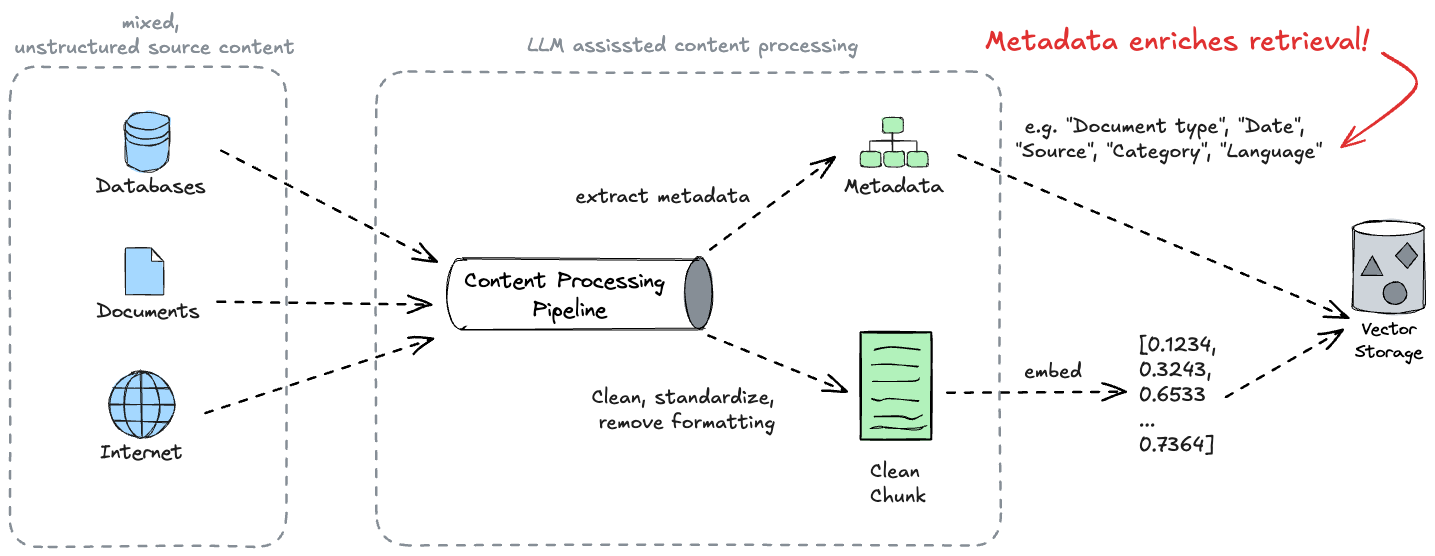
filipw/filipw.github.io keeps this Excalidraw diagram as dotnetday-zurich-2025/graphics/content-processing3.excalidraw.png. Above is the earlier version. Source tidied: one line per element, renumbered; positions are measured from the earlier drawing's top-left corner, leaving out a move shared by most shapes.
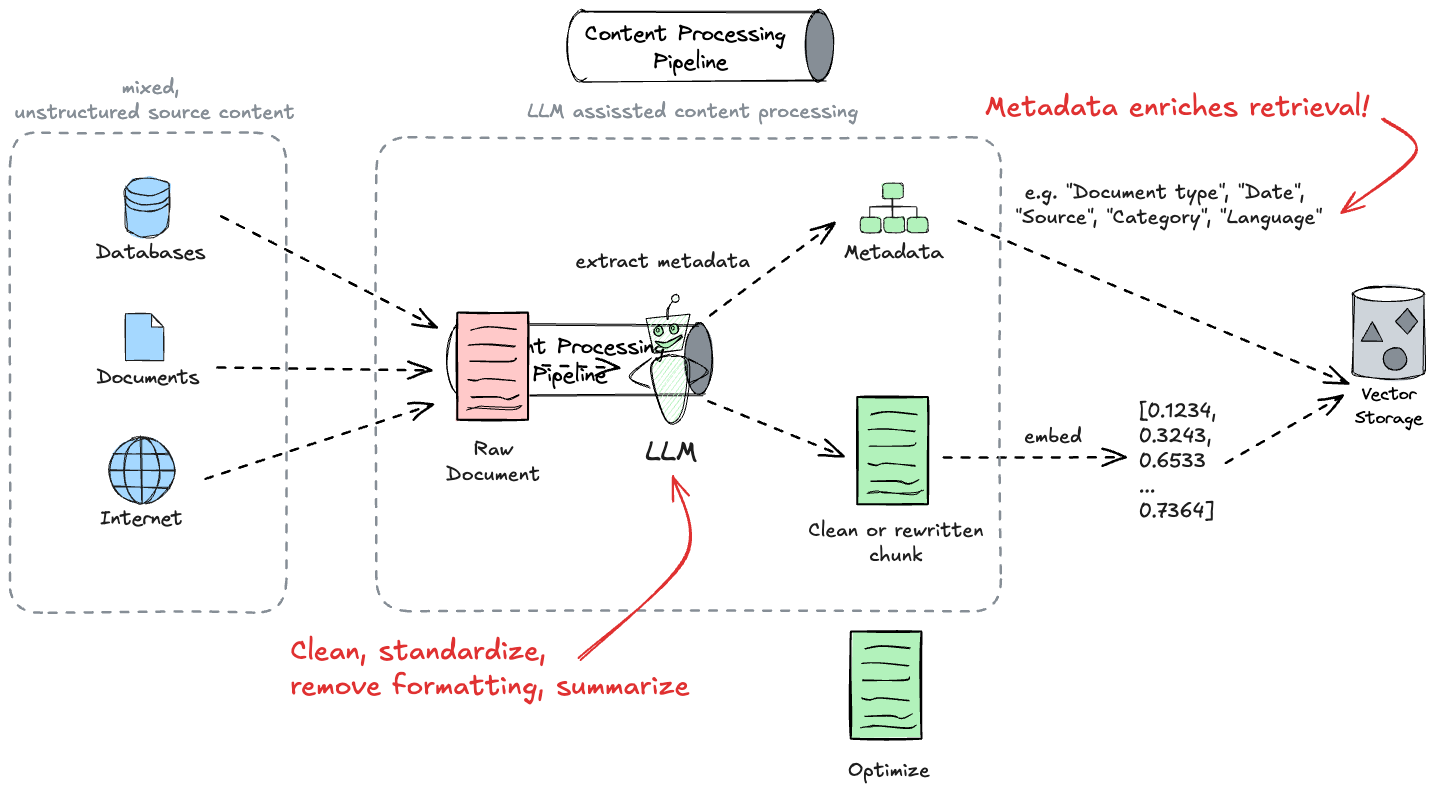
The same diagram one commit later.

What changed in the source:
```diff
@@ -23,14 +23,14 @@
 {"id": 22, "type": "line", "strokeColor": "#1e1e1e", "backgroundColor": "#b2f2bb", "fillStyle": "solid", "strokeWidth": 1, "roughness": 1, "round": true, "x": 883, "y": 123, "width": 0, "height": 19, "points": [[0, 0], [0, 19]]}
 {"id": 23, "type": "line", "strokeColor": "#1e1e1e", "backgroundColor": "#b2f2bb", "fillStyle": "solid", "strokeWidth": 1, "roughness": 1, "x": 860, "y": 142, "width": 47, "height": 11, "points": [[0, 0], [0, -11], [47, -11], [47, 1]]}
 {"id": 24, "type": "text", "text": "Metadata", "strokeColor": "#1e1e1e", "backgroundColor": "#b2f2bb", "fillStyle": "solid", "strokeWidth": 1, "roughness": 1, "fontSize": 20, "fontFamily": 1, "textAlign": "center", "x": 834, "y": 164, "width": 100, "height": 25}
-{"id": 25, "type": "rectangle", "strokeColor": "#000000", "backgroundColor": "#b2f2bb", "fillStyle": "solid", "strokeWidth": 2, "roughness": 1, "x": 851, "y": 322, "width": 71, "height": 107}
+{"id": 25, "type": "rectangle", "strokeColor": "#000000", "backgroundColor": "#b2f2bb", "fillStyle": "solid", "strokeWidth": 2, "roughness": 1, "x": 847, "y": 321, "width": 71, "height": 107}
-{"id": 26, "type": "line", "strokeColor": "#000000", "backgroundColor": "#b2f2bb", "fillStyle": "solid", "strokeWidth": 1, "roughness": 1, "round": true, "x": 863, "y": 371, "width": 47, "height": 3, "points": [[0, 0], [40, 0], [47, -3]]}
+{"id": 26, "type": "line", "strokeColor": "#000000", "backgroundColor": "#b2f2bb", "fillStyle": "solid", "strokeWidth": 1, "roughness": 1, "round": true, "x": 859, "y": 370, "width": 47, "height": 3, "points": [[0, 0], [40, 0], [47, -3]]}
-{"id": 27, "type": "line", "strokeColor": "#000000", "backgroundColor": "#b2f2bb", "fillStyle": "solid", "strokeWidth": 1, "roughness": 1, "round": true, "x": 864, "y": 340, "width": 46, "height": 3, "points": [[0, 0], [17, -3], [46, 0]]}
+{"id": 27, "type": "line", "strokeColor": "#000000", "backgroundColor": "#b2f2bb", "fillStyle": "solid", "strokeWidth": 1, "roughness": 1, "round": true, "x": 861, "y": 339, "width": 46, "height": 3, "points": [[0, 0], [17, -3], [46, 0]]}
-{"id": 28, "type": "line", "strokeColor": "#000000", "backgroundColor": "#b2f2bb", "fillStyle": "solid", "strokeWidth": 1, "roughness": 1, "round": true, "x": 864, "y": 407, "width": 48, "height": 4, "points": [[0, 0], [26, 0], [38, 2], [48, -2]]}
+{"id": 28, "type": "line", "strokeColor": "#000000", "backgroundColor": "#b2f2bb", "fillStyle": "solid", "strokeWidth": 1, "roughness": 1, "round": true, "x": 861, "y": 406, "width": 48, "height": 4, "points": [[0, 0], [26, 0], [38, 2], [48, -2]]}
-{"id": 29, "type": "line", "strokeColor": "#000000", "backgroundColor": "#b2f2bb", "fillStyle": "solid", "strokeWidth": 1, "roughness": 1, "round": true, "x": 861, "y": 418, "width": 54, "height": 3, "points": [[0, 0], [10, -1], [16, -1], [46, 1], [54, -2]]}
+{"id": 29, "type": "line", "strokeColor": "#000000", "backgroundColor": "#b2f2bb", "fillStyle": "solid", "strokeWidth": 1, "roughness": 1, "round": true, "x": 858, "y": 417, "width": 54, "height": 3, "points": [[0, 0], [10, -1], [16, -1], [46, 1], [54, -2]]}
-{"id": 30, "type": "line", "strokeColor": "#000000", "backgroundColor": "#b2f2bb", "fillStyle": "solid", "strokeWidth": 1, "roughness": 1, "round": true, "x": 861, "y": 355, "width": 47, "height": 2, "points": [[0, 0], [18, -1], [47, 2]]}
+{"id": 30, "type": "line", "strokeColor": "#000000", "backgroundColor": "#b2f2bb", "fillStyle": "solid", "strokeWidth": 1, "roughness": 1, "round": true, "x": 858, "y": 354, "width": 47, "height": 2, "points": [[0, 0], [18, -1], [47, 2]]}
-{"id": 31, "type": "line", "strokeColor": "#000000", "backgroundColor": "#b2f2bb", "fillStyle": "solid", "strokeWidth": 1, "roughness": 1, "round": true, "x": 862, "y": 389, "width": 47, "height": 2, "points": [[0, 0], [8, 1], [18, -1], [47, 2]]}
+{"id": 31, "type": "line", "strokeColor": "#000000", "backgroundColor": "#b2f2bb", "fillStyle": "solid", "strokeWidth": 1, "roughness": 1, "round": true, "x": 858, "y": 388, "width": 47, "height": 2, "points": [[0, 0], [8, 1], [18, -1], [47, 2]]}
-{"id": 32, "type": "text", "text": "Clean\nChunk", "strokeColor": "#1e1e1e", "backgroundColor": "#b2f2bb", "fillStyle": "solid", "strokeWidth": 2, "roughness": 1, "fontSize": 20, "fontFamily": 5, "x": 860, "y": 449, "width": 56, "height": 50}
+{"id": 32, "type": "text", "text": "Clean or rewritten\nchunk", "strokeColor": "#1e1e1e", "backgroundColor": "#b2f2bb", "fillStyle": "solid", "strokeWidth": 2, "roughness": 1, "fontSize": 20, "fontFamily": 5, "textAlign": "center", "x": 798, "y": 442, "width": 175, "height": 50}
 {"id": 33, "type": "line", "strokeColor": "#000000", "backgroundColor": "#ced4da", "fillStyle": "solid", "strokeWidth": 1, "roughness": 1, "round": true, "x": 1343, "y": 218, "width": 72, "height": 92, "points": [[0, 0], [0, 70], [0, 78], [4, 81], [17, 84], [38, 85], [59, 84], [70, 80], [71, 77], [72, 71], [71, 6], [71, 0], [66, -4], [57, -6], [35, -7], [17, -6], [3, -3], [0, 0], [0, 0]]}
 {"id": 34, "type": "ellipse", "strokeColor": "#000000", "backgroundColor": "#fff", "fillStyle": "solid", "strokeWidth": 1, "roughness": 1, "x": 1343, "y": 211, "width": 71, "height": 14}
 {"id": 35, "type": "diamond", "strokeColor": "#000000", "backgroundColor": "#868e96", "fillStyle": "solid", "strokeWidth": 1, "roughness": 1, "x": 1385, "y": 233, "width": 22, "height": 26}
@@ -38,12 +38,11 @@
 {"id": 37, "type": "line", "strokeColor": "#000000", "backgroundColor": "#868e96", "fillStyle": "solid", "strokeWidth": 1, "roughness": 1, "x": 1362, "y": 246, "width": 22, "height": 20, "points": [[0, 0], [10, 20], [-11, 19], [0, 0]]}
 {"id": 38, "type": "text", "text": "Vector\nStorage", "strokeColor": "#000000", "strokeWidth": 1, "roughness": 1, "fontSize": 17.52, "fontFamily": 1, "textAlign": "center", "x": 1345, "y": 307, "width": 68, "height": 47}
 {"id": 39, "type": "text", "text": "LLM assissted content processing", "strokeColor": "#868e96", "backgroundColor": "#b2f2bb", "fillStyle": "solid", "strokeWidth": 2, "roughness": 1, "fontSize": 20, "fontFamily": 5, "textAlign": "center", "x": 518, "y": 23, "width": 331, "height": 25}
-{"id": 40, "type": "text", "text": "Clean, standardize, \nremove formatting", "strokeColor": "#1e1e1e", "backgroundColor": "#b2f2bb", "fillStyle": "solid", "strokeWidth": 2, "roughness": 1, "fontSize": 20, "fontFamily": 5, "textAlign": "center", "x": 581, "y": 375, "width": 191, "height": 50}
 {"id": 41, "type": "text", "text": "extract metadata", "strokeColor": "#1e1e1e", "backgroundColor": "#b2f2bb", "fillStyle": "solid", "strokeWidth": 2, "roughness": 1, "fontSize": 20, "fontFamily": 5, "textAlign": "center", "x": 565, "y": 174, "width": 174, "height": 25}
 {"id": 42, "type": "text", "text": "[0.1234,\n0.3243,\n0.6533\n...\n0.7364]", "strokeColor": "#1e1e1e", "strokeWidth": 2, "roughness": 1, "fontSize": 20, "fontFamily": 5, "x": 1129, "y": 324, "width": 78, "height": 125}
-{"id": 43, "type": "arrow", "strokeColor": "#000000", "strokeWidth": 2, "strokeStyle": "dashed", "roughness": 1, "endArrowhead": "arrow", "round": true, "from": 57, "to": 17, "x": 701, "y": 240, "width": 124, "height": 94, "points": [[0, 0], [124, -94]]}
+{"id": 43, "type": "arrow", "strokeColor": "#000000", "strokeWidth": 2, "strokeStyle": "dashed", "roughness": 1, "endArrowhead": "arrow", "round": true, "to": 17, "x": 701, "y": 240, "width": 124, "height": 94, "points": [[0, 0], [124, -94]]}
-{"id": 44, "type": "arrow", "strokeColor": "#000000", "strokeWidth": 2, "strokeStyle": "dashed", "roughness": 1, "endArrowhead": "arrow", "round": true, "from": 25, "to": 42, "x": 937, "y": 382, "width": 179, "height": 0, "points": [[0, 0], [179, 0]]}
+{"id": 44, "type": "arrow", "strokeColor": "#000000", "strokeWidth": 2, "strokeStyle": "dashed", "roughness": 1, "endArrowhead": "arrow", "round": true, "from": 25, "to": 42, "x": 933, "y": 381, "width": 183, "height": 1, "points": [[0, 0], [183, 1]]}
-{"id": 45, "type": "arrow", "strokeColor": "#000000", "strokeWidth": 2, "strokeStyle": "dashed", "roughness": 1, "endArrowhead": "arrow", "round": true, "from": 57, "to": 25, "x": 698, "y": 326, "width": 139, "height": 56, "points": [[0, 0], [139, 56]]}
+{"id": 45, "type": "arrow", "strokeColor": "#000000", "strokeWidth": 2, "strokeStyle": "dashed", "roughness": 1, "endArrowhead": "arrow", "round": true, "to": 25, "x": 698, "y": 326, "width": 136, "height": 55, "points": [[0, 0], [136, 55]]}
 {"id": 46, "type": "arrow", "strokeColor": "#000000", "strokeWidth": 2, "strokeStyle": "dashed", "roughness": 1, "endArrowhead": "arrow", "round": true, "from": 42, "to": 38, "x": 1217, "y": 387, "width": 116, "height": 68, "points": [[0, 0], [116, -68]]}
 {"id": 47, "type": "arrow", "strokeColor": "#000000", "strokeWidth": 2, "strokeStyle": "dashed", "roughness": 1, "endArrowhead": "arrow", "round": true, "from": 17, "to": 38, "x": 948, "y": 145, "width": 390, "height": 164, "points": [[0, 0], [390, 164]]}
 {"id": 48, "type": "arrow", "strokeColor": "#000000", "strokeWidth": 2, "strokeStyle": "dashed", "roughness": 1, "endArrowhead": "arrow", "round": true, "from": 3, "x": 211, "y": 142, "width": 216, "height": 110, "points": [[0, 0], [216, 110]]}
@@ -54,11 +53,28 @@
 {"id": 53, "type": "text", "text": "e.g. \"Document type\", \"Date\", \n\"Source\", \"Category\", \"Language\"", "strokeColor": "#1e1e1e", "backgroundColor": "#b2f2bb", "fillStyle": "solid", "strokeWidth": 2, "strokeStyle": "dashed", "roughness": 1, "fontSize": 20, "fontFamily": 5, "textAlign": "center", "x": 1005, "y": 104, "width": 308, "height": 50}
 {"id": 54, "type": "rectangle", "strokeColor": "#868e96", "strokeWidth": 2, "strokeStyle": "dashed", "roughness": 1, "round": true, "x": 0, "y": 57, "width": 276, "height": 480}
 {"id": 55, "type": "text", "text": "mixed, \nunstructured source content", "strokeColor": "#868e96", "backgroundColor": "#b2f2bb", "fillStyle": "solid", "strokeWidth": 2, "strokeStyle": "dashed", "roughness": 1, "fontSize": 20, "fontFamily": 5, "textAlign": "center", "x": 5, "y": 0, "width": 280, "height": 50}
-{"id": 56, "type": "ellipse", "strokeColor": "#000000", "backgroundColor": "#ffffff", "fillStyle": "solid", "strokeWidth": 1, "roughness": 1, "round": true, "x": 436, "y": 248, "width": 28, "height": 71}
-{"id": 57, "type": "ellipse", "strokeColor": "#000000", "backgroundColor": "#868e96", "fillStyle": "solid", "strokeWidth": 1, "roughness": 1, "round": true, "x": 674, "y": 248, "width": 28, "height": 71}
-{"id": 58, "type": "line", "strokeColor": "#000000", "backgroundColor": "#ffffff", "fillStyle": "solid", "strokeWidth": 1, "roughness": 1, "round": true, "x": 451, "y": 249, "width": 237, "height": 0, "points": [[0, 0], [237, 0]]}
-{"id": 59, "type": "line", "strokeColor": "#000000", "backgroundColor": "#ffffff", "fillStyle": "solid", "strokeWidth": 1, "roughness": 1, "round": true, "x": 451, "y": 319, "width": 243, "height": 0, "points": [[0, 0], [243, 0]]}
-{"id": 60, "type": "rectangle", "strokeColor": "transparent", "backgroundColor": "#ffffff", "fillStyle": "solid", "strokeWidth": 1, "roughness": 0, "round": true, "x": 448, "y": 251, "width": 18, "height": 65}
-{"id": 61, "type": "text", "text": "Content Processing \nPipeline", "strokeColor": "#000000", "backgroundColor": "#ffffff", "fillStyle": "solid", "strokeWidth": 1, "roughness": 0, "fontSize": 21.6, "fontFamily": 1, "textAlign": "center", "round": true, "x": 454, "y": 258, "width": 211, "height": 56}
 {"id": 62, "type": "text", "text": "Metadata enriches retrieval!", "strokeColor": "#e03131", "backgroundColor": "#a5d8ff", "fillStyle": "solid", "strokeWidth": 1, "roughness": 1, "fontSize": 28, "fontFamily": 5, "x": 975, "y": 14, "width": 385, "height": 35}
 {"id": 63, "type": "arrow", "strokeColor": "#e03131", "backgroundColor": "#ffec99", "fillStyle": "solid", "strokeWidth": 2, "roughness": 1, "endArrowhead": "arrow", "round": true, "from": 62, "x": 1373, "y": 42, "width": 74, "height": 95, "points": [[0, 0], [33, 35], [-41, 95]]}
+{"id": 64, "type": "line", "strokeColor": "#000000", "backgroundColor": "#b2f2bb", "fillStyle": "hachure", "strokeWidth": 1, "roughness": 1, "x": 636, "y": 243, "width": 44, "height": 39, "points": [[0, 0], [8, 35], [36, 31], [44, -4], [0, 0]]}
+{"id": 65, "type": "line", "strokeColor": "#000000", "angle": 0.41, "backgroundColor": "#b2f2bb", "fillStyle": "hachure", "strokeWidth": 1, "roughness": 1, "round": true, "x": 661, "y": 244, "width": 4, "height": 18, "points": [[0, 0], [-4, -9], [-3, -18]]}
+{"id": 66, "type": "ellipse", "strokeColor": "#000000", "angle": 0.29, "backgroundColor": "#b2f2bb", "fillStyle": "hachure", "strokeWidth": 1, "roughness": 1, "x": 662, "y": 219, "width": 7, "height": 8}
+{"id": 67, "type": "line", "strokeColor": "#000000", "angle": 6.21, "backgroundColor": "#b2f2bb", "fillStyle": "hachure", "strokeWidth": 1, "roughness": 1, "round": true, "x": 664, "y": 280, "width": 36, "height": 64, "points": [[0, 0], [15, 8], [7, 57], [-10, 63], [-21, 9], [-1, -1]]}
+{"id": 68, "type": "line", "strokeColor": "#000000", "angle": 0.13, "backgroundColor": "#b2f2bb", "fillStyle": "hachure", "strokeWidth": 1, "roughness": 1, "round": true, "x": 676, "y": 283, "width": 21, "height": 26, "points": [[0, 0], [21, 11], [6, 26]]}
+{"id": 69, "type": "line", "strokeColor": "#000000", "angle": 6.08, "backgroundColor": "#b2f2bb", "fillStyle": "hachure", "strokeWidth": 1, "roughness": 1, "round": true, "x": 644, "y": 286, "width": 23, "height": 27, "points": [[0, 0], [-23, 14], [-7, 27]]}
+{"id": 70, "type": "line", "strokeColor": "#000000", "backgroundColor": "#b2f2bb", "fillStyle": "solid", "strokeWidth": 1, "roughness": 1, "round": true, "x": 671, "y": 259, "width": 27, "height": 13, "points": [[0, 0], [-11, 6], [-18, 8], [-26, 7], [-15, 13], [0, 2]]}
+{"id": 71, "type": "ellipse", "strokeColor": "#000000", "backgroundColor": "#b2f2bb", "fillStyle": "solid", "strokeWidth": 1, "roughness": 1, "x": 644, "y": 250, "width": 9, "height": 10}
+{"id": 72, "type": "ellipse", "strokeColor": "#000000", "backgroundColor": "#b2f2bb", "fillStyle": "solid", "strokeWidth": 1, "roughness": 0, "x": 646, "y": 253, "width": 3, "height": 4}
+{"id": 73, "type": "ellipse", "strokeColor": "#000000", "backgroundColor": "#b2f2bb", "fillStyle": "solid", "strokeWidth": 1, "roughness": 1, "x": 659, "y": 248, "width": 9, "height": 10}
+{"id": 74, "type": "ellipse", "strokeColor": "#000000", "backgroundColor": "#b2f2bb", "fillStyle": "solid", "strokeWidth": 1, "roughness": 0, "x": 661, "y": 250, "width": 3, "height": 4}
+{"id": 75, "type": "rectangle", "strokeColor": "#000000", "backgroundColor": "#ffc9c9", "fillStyle": "solid", "strokeWidth": 2, "roughness": 1, "x": 447, "y": 237, "width": 71, "height": 107}
+{"id": 76, "type": "line", "strokeColor": "#000000", "backgroundColor": "#ffc9c9", "fillStyle": "solid", "strokeWidth": 1, "roughness": 1, "round": true, "x": 459, "y": 286, "width": 47, "height": 3, "points": [[0, 0], [40, 0], [47, -3]]}
+{"id": 77, "type": "line", "strokeColor": "#000000", "backgroundColor": "#ffc9c9", "fillStyle": "solid", "strokeWidth": 1, "roughness": 1, "round": true, "x": 461, "y": 254, "width": 46, "height": 3, "points": [[0, 0], [17, -3], [46, 0]]}
+{"id": 78, "type": "line", "strokeColor": "#000000", "backgroundColor": "#ffc9c9", "fillStyle": "solid", "strokeWidth": 1, "roughness": 1, "round": true, "x": 461, "y": 321, "width": 48, "height": 4, "points": [[0, 0], [26, 0], [38, 2], [48, -2]]}
+{"id": 79, "type": "line", "strokeColor": "#000000", "backgroundColor": "#ffc9c9", "fillStyle": "solid", "strokeWidth": 1, "roughness": 1, "round": true, "x": 458, "y": 333, "width": 54, "height": 3, "points": [[0, 0], [10, -1], [16, -1], [46, 1], [54, -2]]}
+{"id": 80, "type": "line", "strokeColor": "#000000", "backgroundColor": "#ffc9c9", "fillStyle": "solid", "strokeWidth": 1, "roughness": 1, "round": true, "x": 458, "y": 269, "width": 47, "height": 2, "points": [[0, 0], [18, -1], [47, 2]]}
+{"id": 81, "type": "line", "strokeColor": "#000000", "backgroundColor": "#ffc9c9", "fillStyle": "solid", "strokeWidth": 1, "roughness": 1, "round": true, "x": 458, "y": 304, "width": 47, "height": 2, "points": [[0, 0], [8, 1], [18, -1], [47, 2]]}
+{"id": 82, "type": "text", "text": "Raw\nDocument", "strokeColor": "#1e1e1e", "backgroundColor": "#ffc9c9", "fillStyle": "solid", "strokeWidth": 2, "roughness": 1, "fontSize": 20, "fontFamily": 5, "textAlign": "center", "x": 436, "y": 361, "width": 94, "height": 50}
+{"id": 83, "type": "arrow", "strokeColor": "#000000", "strokeWidth": 2, "strokeStyle": "dashed", "roughness": 1, "endArrowhead": "arrow", "round": true, "from": 75, "x": 532, "y": 290, "width": 78, "height": 3, "points": [[0, 0], [78, 3]]}
+{"id": 84, "type": "text", "text": "Clean, standardize, \nremove formatting, summarize", "strokeColor": "#e03131", "backgroundColor": "#a5d8ff", "fillStyle": "solid", "strokeWidth": 1, "roughness": 1, "fontSize": 28, "fontFamily": 5, "x": 280, "y": 559, "width": 400, "height": 70}
+{"id": 85, "type": "arrow", "strokeColor": "#e03131", "backgroundColor": "#ffec99", "fillStyle": "solid", "strokeWidth": 2, "roughness": 1, "endArrowhead": "arrow", "round": true, "from": 84, "x": 569, "y": 583, "width": 107, "height": 182, "points": [[0, 0], [107, -101], [93, -182]]}
+{"id": 86, "type": "text", "text": "LLM", "strokeColor": "#1e1e1e", "backgroundColor": "#b2f2bb", "fillStyle": "solid", "strokeWidth": 2, "roughness": 1, "fontSize": 28, "fontFamily": 5, "textAlign": "center", "x": 636, "y": 360, "width": 52, "height": 35}
```
